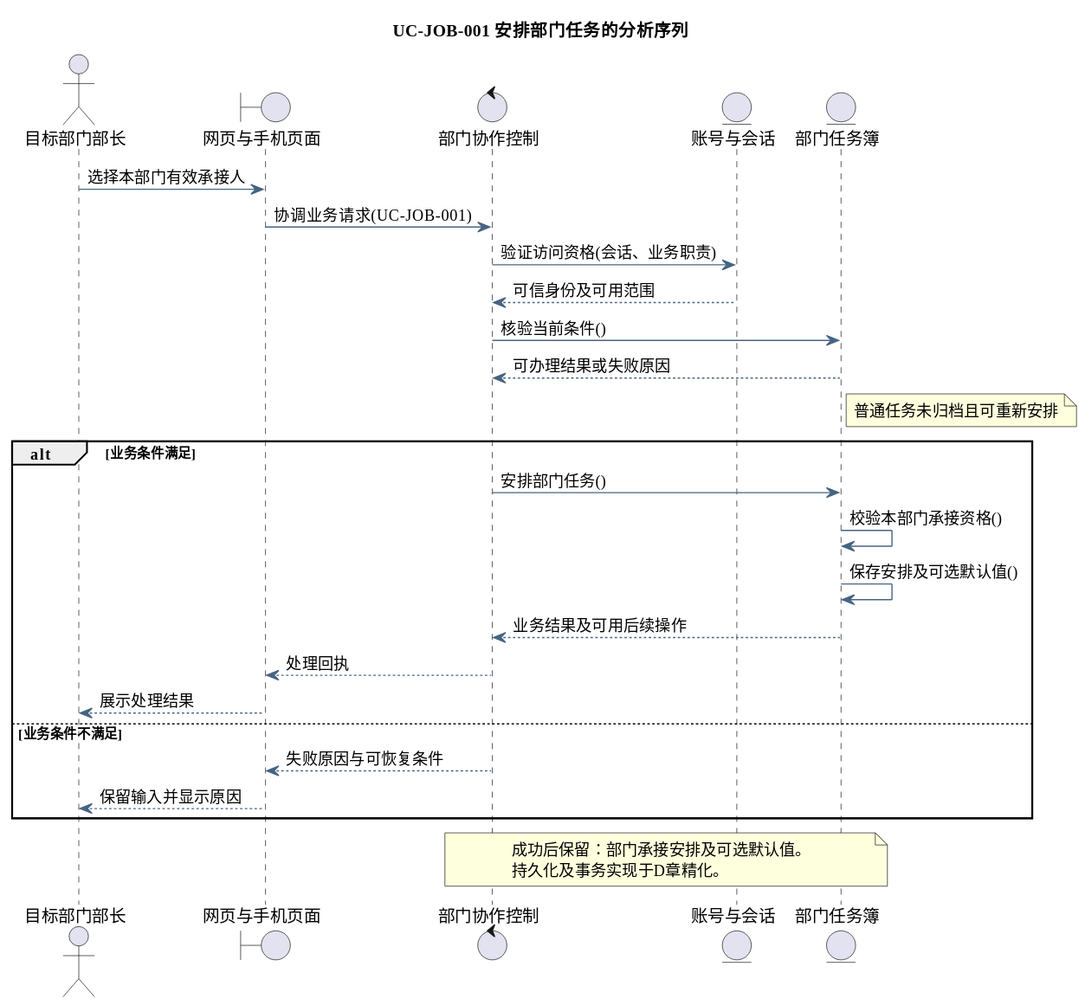
This is docs/diagrams/analysis/seq-uc-job-001.svg from tccc1csu/miniprogram-csu, a PlantUML export, as it was before one commit. Source of this version:
```plantuml
@startuml
skinparam defaultFontName Microsoft YaHei
skinparam shadowing false
skinparam backgroundColor #FFFFFF
skinparam ArrowColor #466482
skinparam classAttributeIconSize 0
hide empty members
title UC-JOB-001 安排部门任务的分析序列
actor "目标部门部长" as actor
boundary "网页与手机页面" as page
control "部门协作控制" as ctl
entity "账号与会话" as identity
entity "部门任务簿" as model
actor -> page : 选择本部门有效承接人
page -> ctl : 协调业务请求(UC-JOB-001)
ctl -> identity : 验证访问资格(会话、业务职责)
identity --> ctl : 可信身份及可用范围
ctl -> model : 核验当前条件()
model --> ctl : 可办理结果或失败原因
note right of model
普通任务未归档且可重新安排
end note
alt 业务条件满足
ctl -> model : 安排部门任务()
model -> model : 校验本部门承接资格()
model -> model : 保存安排及可选默认值()
model --> ctl : 业务结果及可用后续操作
ctl --> page : 处理回执
page --> actor : 展示处理结果
else 业务条件不满足
ctl --> page : 失败原因与可恢复条件
page --> actor : 保留输入并显示原因
end
note over ctl,model
成功后保留：部门承接安排及可选默认值。
持久化及事务实现于D章精化。
end note
@enduml
```
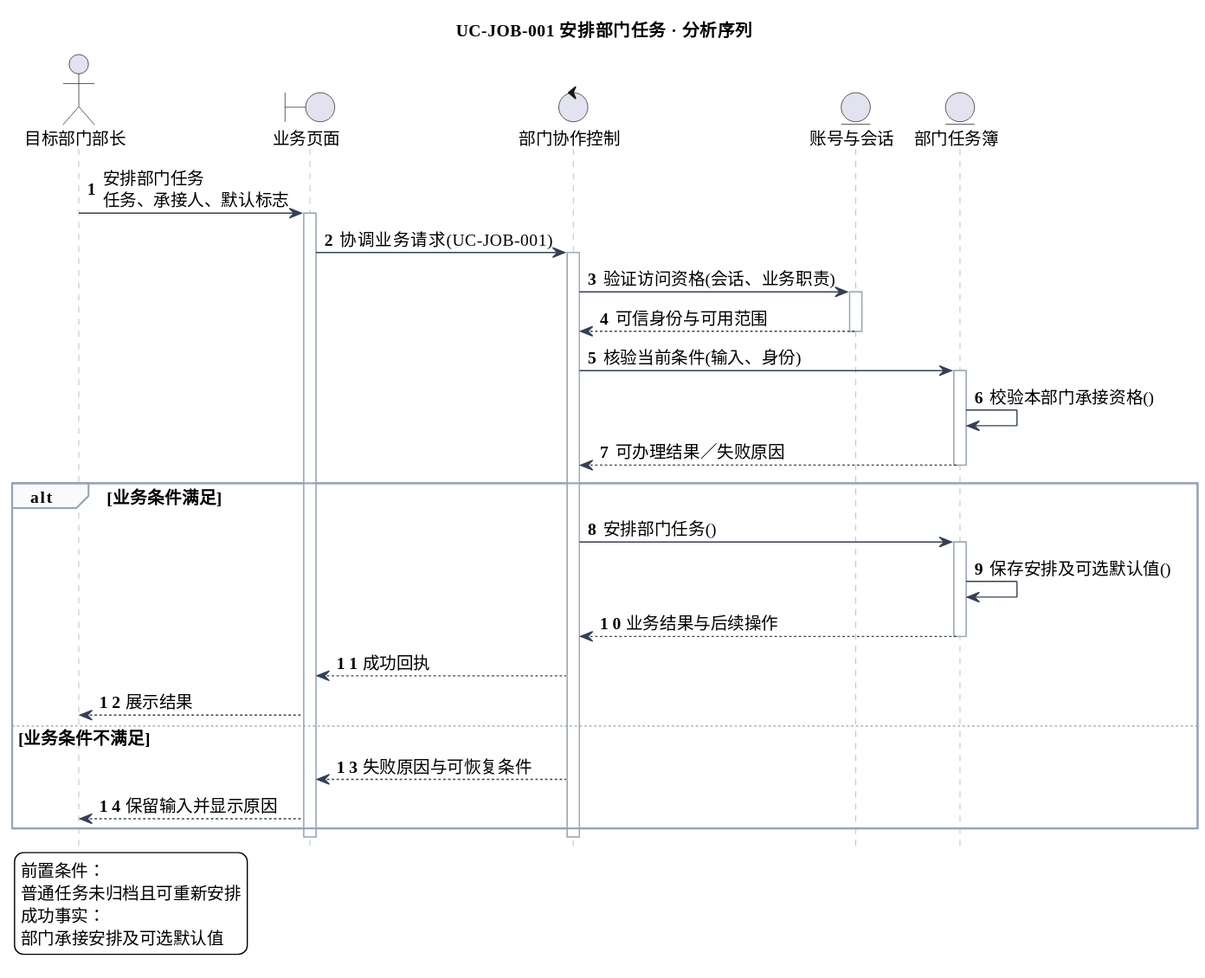
After the change.

Change to the diagram source:
```diff
@@ -5,34 +5,52 @@
 skinparam ArrowColor #466482
 skinparam classAttributeIconSize 0
 hide empty members
-title UC-JOB-001 安排部门任务的分析序列
+skinparam defaultFontSize 14
+skinparam sequenceLifeLineBorderColor #9AA8B8
+skinparam sequenceArrowColor #334155
+skinparam sequenceGroupBorderColor #94A3B8
+skinparam sequenceGroupBackgroundColor #F8FAFC
+skinparam sequenceParticipantPadding 18
+skinparam maxMessageSize 240
+hide footbox
+autonumber
+title UC-JOB-001 安排部门任务 · 分析序列
 actor "目标部门部长" as actor
-boundary "网页与手机页面" as page
+boundary "业务页面" as page
 control "部门协作控制" as ctl
 entity "账号与会话" as identity
 entity "部门任务簿" as model
-actor -> page : 选择本部门有效承接人
+actor -> page : 安排部门任务\n任务、承接人、默认标志
+activate page
 page -> ctl : 协调业务请求(UC-JOB-001)
+activate ctl
 ctl -> identity : 验证访问资格(会话、业务职责)
-identity --> ctl : 可信身份及可用范围
-ctl -> model : 核验当前条件()
-model --> ctl : 可办理结果或失败原因
-note right of model
-普通任务未归档且可重新安排
-end note
+activate identity
+identity --> ctl : 可信身份与可用范围
+deactivate identity
+ctl -> model : 核验当前条件(输入、身份)
+activate model
+model -> model : 校验本部门承接资格()
+model --> ctl : 可办理结果／失败原因
+deactivate model
 alt 业务条件满足
 ctl -> model : 安排部门任务()
-model -> model : 校验本部门承接资格()
+activate model
 model -> model : 保存安排及可选默认值()
-model --> ctl : 业务结果及可用后续操作
-ctl --> page : 处理回执
-page --> actor : 展示处理结果
+model --> ctl : 业务结果与后续操作
+deactivate model
+ctl --> page : 成功回执
+page --> actor : 展示结果
 else 业务条件不满足
 ctl --> page : 失败原因与可恢复条件
 page --> actor : 保留输入并显示原因
 end
-note over ctl,model
-成功后保留：部门承接安排及可选默认值。
-持久化及事务实现于D章精化。
-end note
+deactivate ctl
+deactivate page
+legend bottom left
+前置条件：
+普通任务未归档且可重新安排
+成功事实：
+部门承接安排及可选默认值
+endlegend
 @enduml
```
